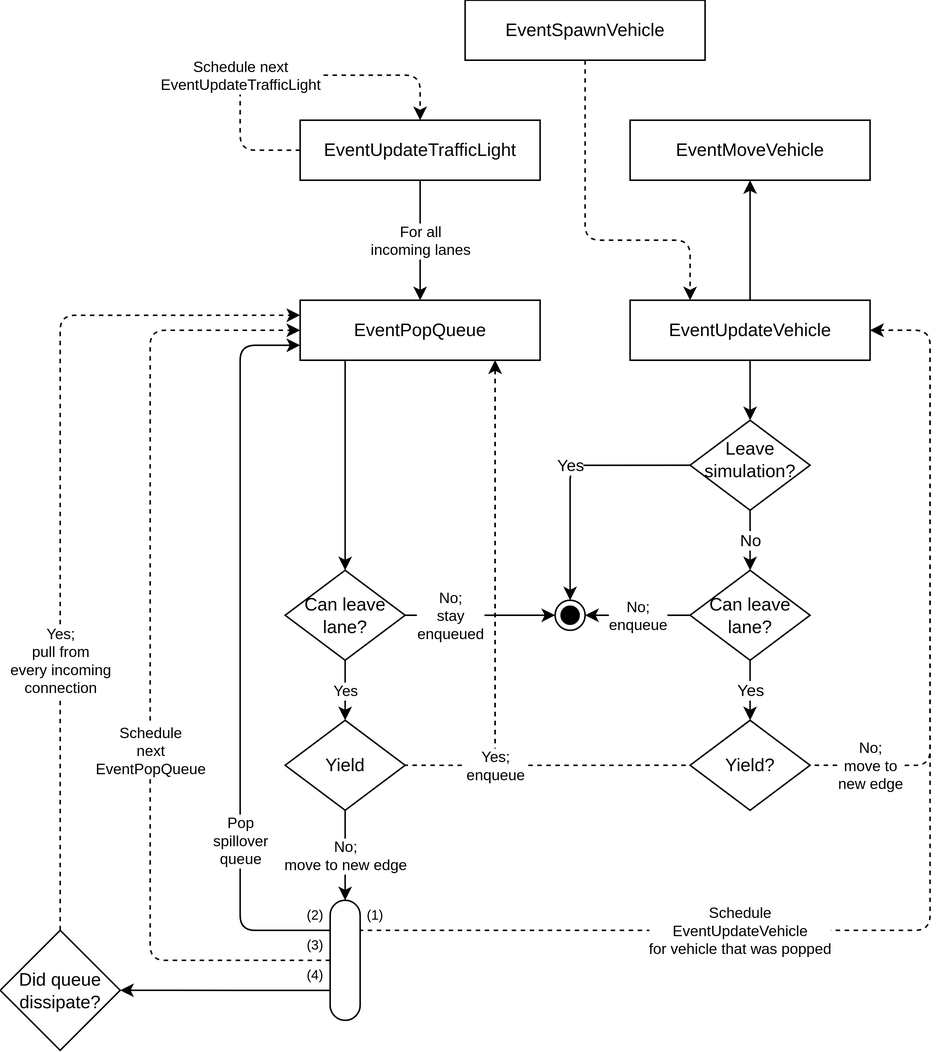
The draw.io diagram docs/events.drawio.svg in dmfrodrigues/dynaminator, before a commit. Source tidied: cells renumbered, new cells last; positions are measured from the earlier drawing's top-left corner, leaving out a move shared by most shapes.
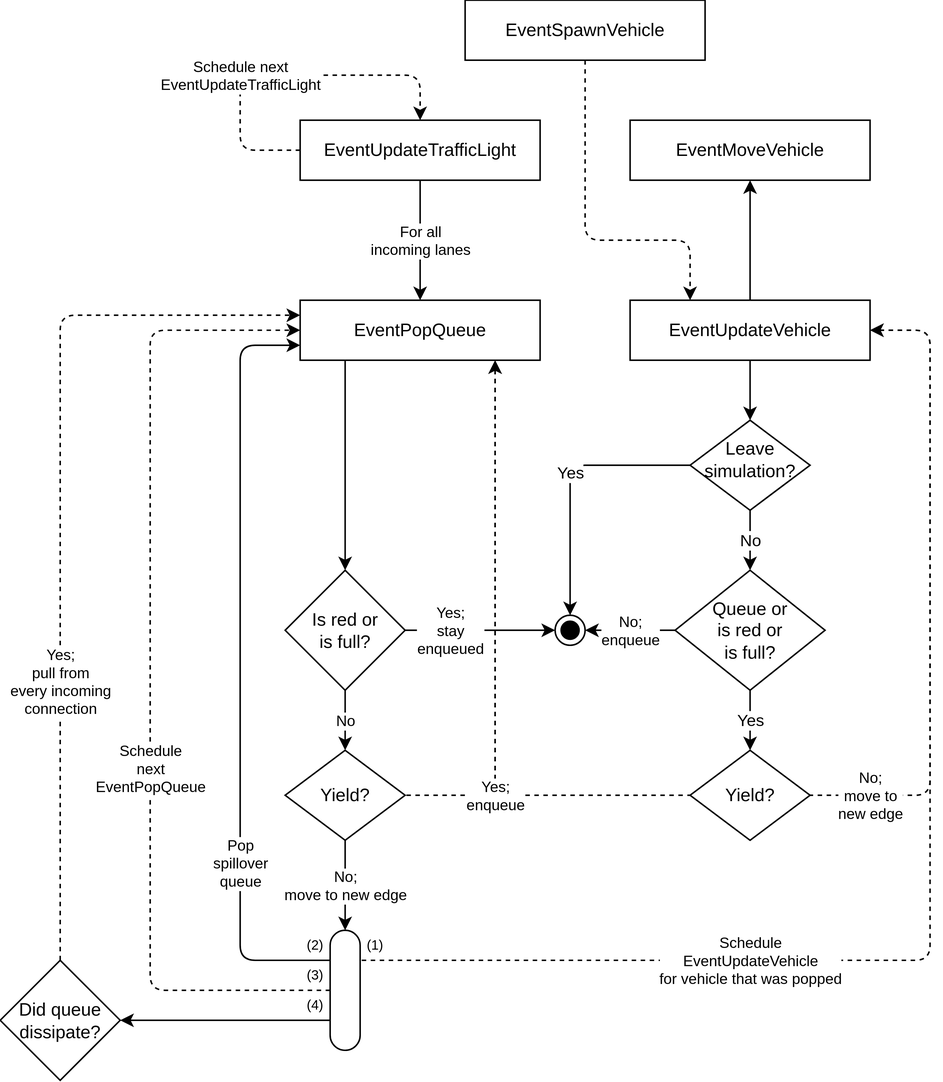
The same diagram one commit later.

The edit, as a diff of the source:
```diff
@@ -28,7 +28,7 @@
     <mxCell id="8" style="edgeStyle=orthogonalEdgeStyle;rounded=1;html=1;dashed=1;entryX=0;entryY=0.5;entryDx=0;entryDy=0;startArrow=classic;startFill=1;endArrow=none;endFill=0;fontSize=10;" parent="1" edge="1" source="7" target="10">
       <mxGeometry x="0.78" relative="1" as="geometry">
         <Array as="points">
-          <mxPoint x="330" y="510" />
+          <mxPoint x="330" y="530" />
         </Array>
       </mxGeometry>
     </mxCell>
@@ -36,56 +36,56 @@
       <mxGeometry relative="1" as="geometry" />
     </mxCell>
     <mxCell id="10" value="Yield?" style="rhombus;whiteSpace=wrap;html=1;" parent="1" vertex="1">
-      <mxGeometry x="460" y="480" width="80" height="60" as="geometry" />
+      <mxGeometry x="460" y="500" width="80" height="60" as="geometry" />
     </mxCell>
     <mxCell id="11" value="No;&lt;br style=&quot;font-size: 10px;&quot;&gt;enqueue" style="edgeStyle=orthogonalEdgeStyle;rounded=1;html=1;entryX=0;entryY=0.5;entryDx=0;entryDy=0;startArrow=classic;startFill=1;endArrow=none;endFill=0;fontSize=10;" parent="1" edge="1" source="36" target="13">
       <mxGeometry relative="1" as="geometry" />
     </mxCell>
     <mxCell id="12" value="No;&lt;br style=&quot;font-size: 10px;&quot;&gt;move to&lt;br style=&quot;font-size: 10px;&quot;&gt;new edge" style="edgeStyle=orthogonalEdgeStyle;rounded=1;html=1;dashed=1;fontSize=10;entryX=1;entryY=0.5;entryDx=0;entryDy=0;startArrow=classic;startFill=1;endArrow=none;endFill=0;" parent="1" edge="1" source="4" target="10">
-      <mxGeometry x="0.8" relative="1" as="geometry">
+      <mxGeometry x="0.81" relative="1" as="geometry">
         <Array as="points">
           <mxPoint x="620" y="220" />
-          <mxPoint x="620" y="510" />
+          <mxPoint x="620" y="530" />
         </Array>
       </mxGeometry>
     </mxCell>
-    <mxCell id="13" value="Can leave&lt;br&gt;lane?" style="rhombus;whiteSpace=wrap;html=1;" parent="1" vertex="1">
-      <mxGeometry x="460" y="380" width="80" height="60" as="geometry" />
+    <mxCell id="13" value="Queue or&lt;br&gt;is red or&lt;br&gt;is full?" style="rhombus;whiteSpace=wrap;html=1;" parent="1" vertex="1">
+      <mxGeometry x="450" y="380" width="100" height="80" as="geometry" />
     </mxCell>
-    <mxCell id="14" value="Yes" style="edgeStyle=orthogonalEdgeStyle;rounded=1;html=1;exitX=0.5;exitY=1;exitDx=0;exitDy=0;startArrow=none;startFill=0;endArrow=classic;endFill=1;entryX=0.5;entryY=0;entryDx=0;entryDy=0;fontSize=10;" parent="1" edge="1" source="15" target="19">
+    <mxCell id="14" value="No" style="edgeStyle=orthogonalEdgeStyle;rounded=1;html=1;exitX=0.5;exitY=1;exitDx=0;exitDy=0;startArrow=none;startFill=0;endArrow=classic;endFill=1;entryX=0.5;entryY=0;entryDx=0;entryDy=0;fontSize=10;" parent="1" edge="1" source="15" target="19">
       <mxGeometry relative="1" as="geometry" />
     </mxCell>
-    <mxCell id="15" value="Can leave&lt;br&gt;lane?" style="rhombus;whiteSpace=wrap;html=1;" parent="1" vertex="1">
-      <mxGeometry x="190" y="380" width="80" height="60" as="geometry" />
+    <mxCell id="15" value="Is red or&lt;br&gt;is full?" style="rhombus;whiteSpace=wrap;html=1;" parent="1" vertex="1">
+      <mxGeometry x="190" y="380" width="80" height="80" as="geometry" />
     </mxCell>
     <mxCell id="16" value="Yes;&lt;br style=&quot;font-size: 10px;&quot;&gt;enqueue" style="edgeStyle=orthogonalEdgeStyle;rounded=1;html=1;dashed=1;entryX=1;entryY=0.5;entryDx=0;entryDy=0;startArrow=classic;startFill=1;endArrow=none;endFill=0;fontSize=10;" parent="1" edge="1" source="7" target="19">
-      <mxGeometry x="0.64" relative="1" as="geometry">
+      <mxGeometry x="0.66" relative="1" as="geometry">
         <Array as="points">
-          <mxPoint x="330" y="510" />
+          <mxPoint x="330" y="530" />
         </Array>
       </mxGeometry>
     </mxCell>
-    <mxCell id="17" value="No;&lt;br&gt;stay&lt;br&gt;enqueued" style="edgeStyle=orthogonalEdgeStyle;rounded=1;html=1;exitX=1;exitY=0.5;exitDx=0;exitDy=0;startArrow=none;startFill=0;endArrow=classic;endFill=1;fontSize=10;" parent="1" edge="1" source="15" target="36">
+    <mxCell id="17" value="Yes;&lt;br&gt;stay&lt;br&gt;enqueued" style="edgeStyle=orthogonalEdgeStyle;rounded=1;html=1;exitX=1;exitY=0.5;exitDx=0;exitDy=0;startArrow=none;startFill=0;endArrow=classic;endFill=1;fontSize=10;" parent="1" edge="1" source="15" target="36">
       <mxGeometry x="-0.4" relative="1" as="geometry" />
     </mxCell>
     <mxCell id="18" value="No;&lt;br style=&quot;font-size: 10px;&quot;&gt;move to&amp;nbsp;new edge" style="edgeStyle=orthogonalEdgeStyle;rounded=1;html=1;exitX=0.5;exitY=1;exitDx=0;exitDy=0;startArrow=none;startFill=0;endArrow=classic;endFill=1;fontSize=10;entryX=0.5;entryY=0;entryDx=0;entryDy=0;" parent="1" edge="1" source="19" target="37">
       <mxGeometry relative="1" as="geometry" />
     </mxCell>
-    <mxCell id="19" value="Yield" style="rhombus;whiteSpace=wrap;html=1;" parent="1" vertex="1">
-      <mxGeometry x="190" y="480" width="80" height="60" as="geometry" />
+    <mxCell id="19" value="Yield?" style="rhombus;whiteSpace=wrap;html=1;" parent="1" vertex="1">
+      <mxGeometry x="190" y="500" width="80" height="60" as="geometry" />
     </mxCell>
-    <mxCell id="20" value="Pop&lt;br&gt;spillover&lt;br style=&quot;font-size: 10px;&quot;&gt;queue" style="edgeStyle=orthogonalEdgeStyle;rounded=1;html=1;startArrow=none;startFill=0;endArrow=classic;endFill=1;fontSize=10;" parent="1" edge="1" source="37" target="7">
+    <mxCell id="20" value="Pop&lt;br&gt;spillover&lt;br style=&quot;font-size: 10px;&quot;&gt;queue" style="edgeStyle=orthogonalEdgeStyle;rounded=1;html=1;startArrow=none;startFill=0;endArrow=classic;endFill=1;fontSize=10;exitX=0;exitY=0.25;exitDx=0;exitDy=0;" parent="1" edge="1" source="37" target="7">
       <mxGeometry x="-0.51" relative="1" as="geometry">
         <Array as="points">
-          <mxPoint x="160" y="620" />
+          <mxPoint x="160" y="640" />
           <mxPoint x="160" y="230" />
         </Array>
       </mxGeometry>
     </mxCell>
-    <mxCell id="21" value="Schedule&lt;br&gt;next&lt;br style=&quot;font-size: 10px;&quot;&gt;EventPopQueue" style="edgeStyle=orthogonalEdgeStyle;rounded=1;html=1;startArrow=none;startFill=0;endArrow=classic;endFill=1;dashed=1;fontSize=10;" parent="1" edge="1" source="37" target="7">
+    <mxCell id="21" value="Schedule&lt;br&gt;next&lt;br style=&quot;font-size: 10px;&quot;&gt;EventPopQueue" style="edgeStyle=orthogonalEdgeStyle;rounded=1;html=1;startArrow=none;startFill=0;endArrow=classic;endFill=1;dashed=1;fontSize=10;exitX=0;exitY=0.5;exitDx=0;exitDy=0;" parent="1" edge="1" source="37" target="7">
       <mxGeometry x="-0.19" relative="1" as="geometry">
         <Array as="points">
-          <mxPoint x="100" y="640" />
+          <mxPoint x="100" y="660" />
           <mxPoint x="100" y="220" />
         </Array>
       </mxGeometry>
@@ -93,8 +93,8 @@
     <mxCell id="22" style="edgeStyle=orthogonalEdgeStyle;rounded=1;html=1;startArrow=none;startFill=0;endArrow=classic;endFill=1;entryX=1;entryY=0.5;entryDx=0;entryDy=0;" parent="1" edge="1" source="37" target="24">
       <mxGeometry relative="1" as="geometry">
         <Array as="points">
-          <mxPoint x="170" y="660" />
-          <mxPoint x="170" y="660" />
+          <mxPoint x="170" y="680" />
+          <mxPoint x="170" y="680" />
         </Array>
       </mxGeometry>
     </mxCell>
@@ -106,16 +106,16 @@
       </mxGeometry>
     </mxCell>
     <mxCell id="24" value="Did queue dissipate?" style="rhombus;whiteSpace=wrap;html=1;" parent="1" vertex="1">
-      <mxGeometry y="620" width="80" height="80" as="geometry" />
+      <mxGeometry y="640" width="80" height="80" as="geometry" />
     </mxCell>
     <mxCell id="25" value="(2)" style="text;html=1;strokeColor=none;fillColor=none;align=center;verticalAlign=middle;whiteSpace=wrap;rounded=0;fontSize=9;" parent="1" vertex="1">
-      <mxGeometry x="200" y="600" width="20" height="20" as="geometry" />
+      <mxGeometry x="200" y="620" width="20" height="20" as="geometry" />
     </mxCell>
     <mxCell id="26" value="(3)" style="text;html=1;strokeColor=none;fillColor=none;align=center;verticalAlign=middle;whiteSpace=wrap;rounded=0;fontSize=9;" parent="1" vertex="1">
-      <mxGeometry x="200" y="620" width="20" height="20" as="geometry" />
+      <mxGeometry x="200" y="640" width="20" height="20" as="geometry" />
     </mxCell>
     <mxCell id="27" value="(4)" style="text;html=1;strokeColor=none;fillColor=none;align=center;verticalAlign=middle;whiteSpace=wrap;rounded=0;fontSize=9;" parent="1" vertex="1">
-      <mxGeometry x="200" y="640" width="20" height="20" as="geometry" />
+      <mxGeometry x="200" y="660" width="20" height="20" as="geometry" />
     </mxCell>
     <mxCell id="28" style="edgeStyle=orthogonalEdgeStyle;rounded=1;html=1;dashed=1;fontSize=9;startArrow=none;startFill=0;endArrow=classic;endFill=1;" parent="1" edge="1" source="29" target="4">
       <mxGeometry relative="1" as="geometry">
@@ -158,21 +158,21 @@
       <mxGeometry x="460" y="280" width="80" height="60" as="geometry" />
     </mxCell>
     <mxCell id="36" style="ellipse;html=1;shape=endState;fillColor=strokeColor;" parent="1" vertex="1">
-      <mxGeometry x="370" y="400" width="20" height="20" as="geometry" />
+      <mxGeometry x="370" y="410" width="20" height="20" as="geometry" />
     </mxCell>
     <mxCell id="37" style="rounded=1;whiteSpace=wrap;html=1;arcSize=50;" parent="1" vertex="1">
-      <mxGeometry x="220" y="600" width="20" height="80" as="geometry" />
+      <mxGeometry x="220" y="620" width="20" height="80" as="geometry" />
     </mxCell>
-    <mxCell id="38" value="Schedule&lt;br&gt;EventUpdateVehicle&lt;br&gt;for vehicle that was popped" style="edgeStyle=orthogonalEdgeStyle;rounded=1;html=1;dashed=1;fontSize=10;startArrow=classic;startFill=1;endArrow=none;endFill=0;exitX=1;exitY=0.5;exitDx=0;exitDy=0;" parent="1" edge="1" source="4" target="37">
+    <mxCell id="38" value="Schedule&lt;br&gt;EventUpdateVehicle&lt;br&gt;for vehicle that was popped" style="edgeStyle=orthogonalEdgeStyle;rounded=1;html=1;dashed=1;fontSize=10;startArrow=classic;startFill=1;endArrow=none;endFill=0;exitX=1;exitY=0.5;exitDx=0;exitDy=0;entryX=1;entryY=0.25;entryDx=0;entryDy=0;" parent="1" edge="1" source="4" target="37">
       <mxGeometry x="0.38" relative="1" as="geometry">
         <Array as="points">
           <mxPoint x="620" y="220" />
-          <mxPoint x="620" y="620" />
+          <mxPoint x="620" y="640" />
         </Array>
       </mxGeometry>
     </mxCell>
     <mxCell id="39" value="(1)" style="text;html=1;strokeColor=none;fillColor=none;align=center;verticalAlign=middle;whiteSpace=wrap;rounded=0;fontSize=9;" parent="1" vertex="1">
-      <mxGeometry x="240" y="600" width="20" height="20" as="geometry" />
+      <mxGeometry x="240" y="620" width="20" height="20" as="geometry" />
     </mxCell>
   </root>
 </mxGraphModel>
```
